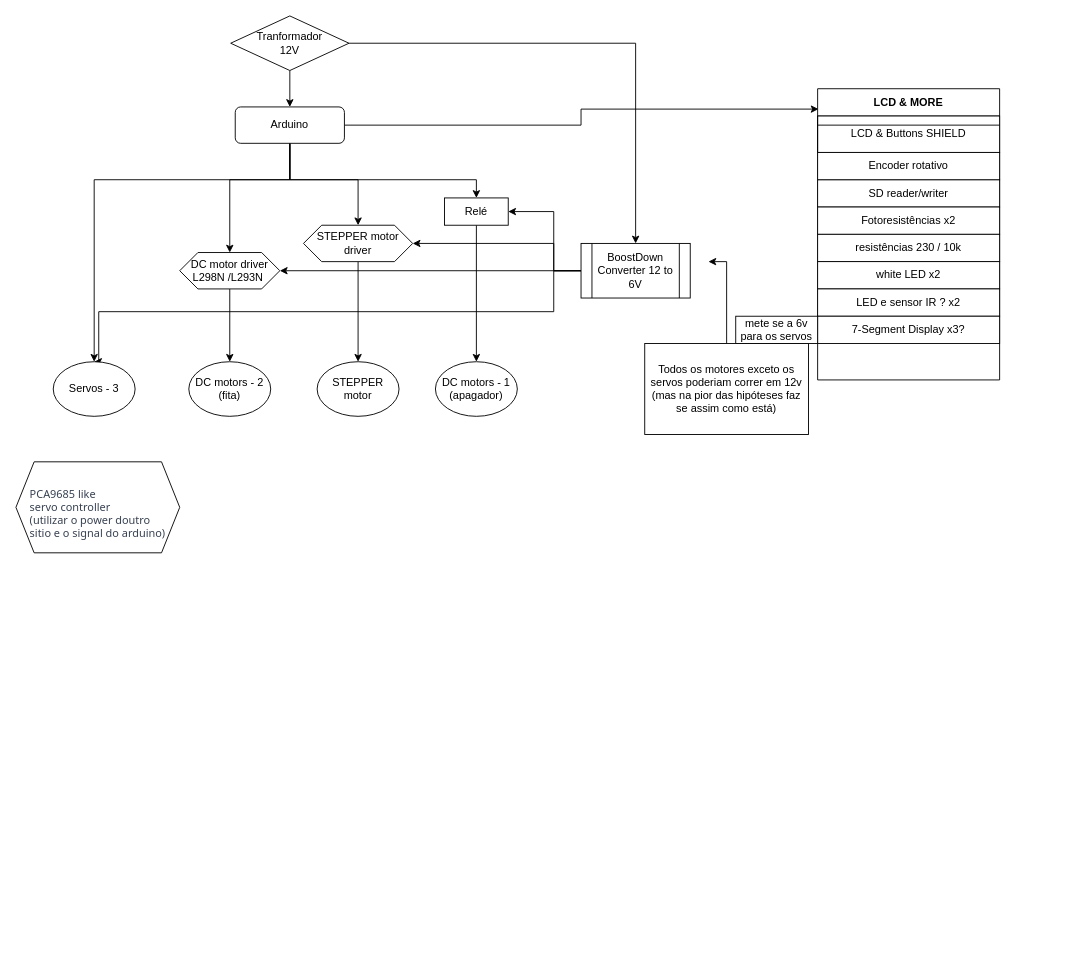
Earlier version of the draw.io diagram Diagrams/Diagrama sem nome.drawio (HackerSchool/turing). Source tidied: cells renumbered, new cells numbered last; positions are measured from the earlier drawing's top-left corner, leaving out a move shared by most shapes. Both pictures are drawn from the tidied source at 91%, with x=0, y=0 at pixel (15, 15).
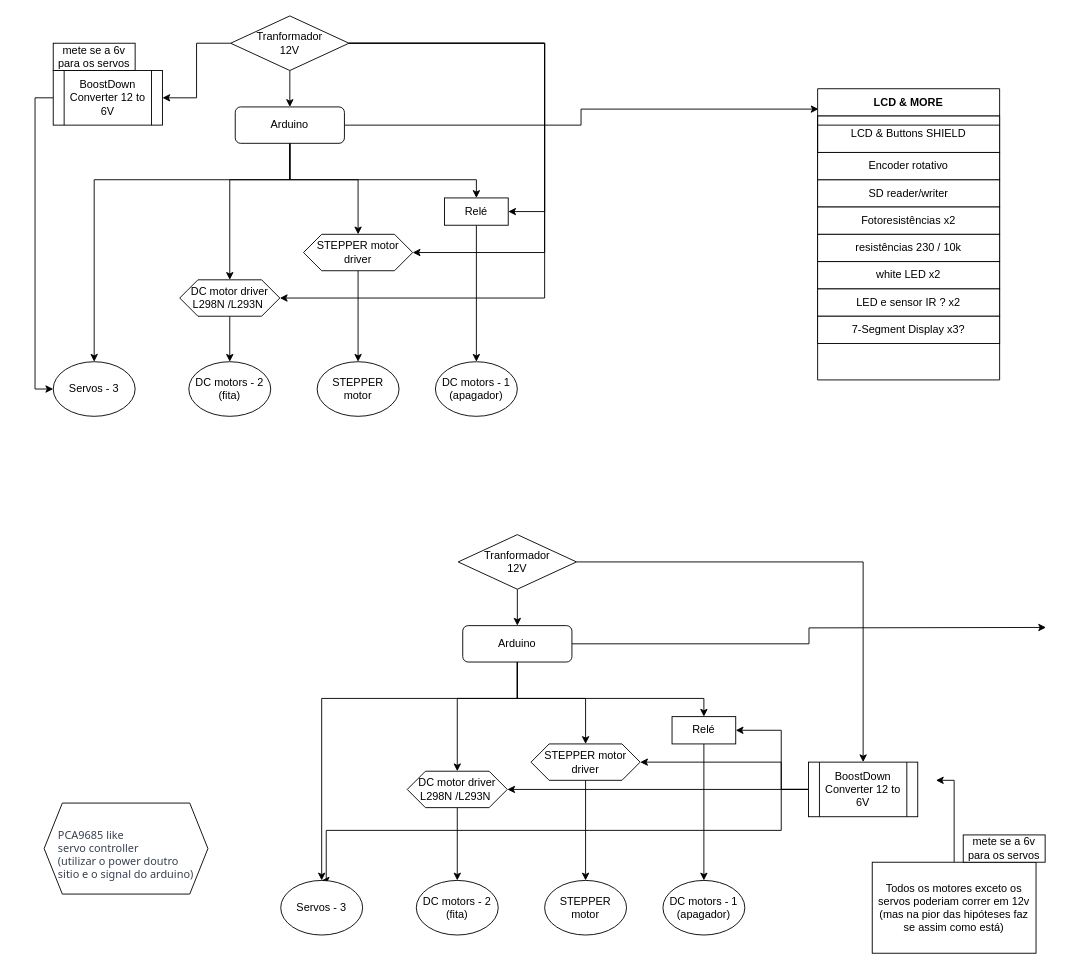
The same page after the edit.

Unchanged cells that the change refers to:
```xml
<mxCell id="10" value="Tranformador&lt;br&gt;12V" style="rhombus;whiteSpace=wrap;html=1;" parent="1" vertex="1">
  <mxGeometry x="236" width="130" height="60" as="geometry" />
</mxCell>
<mxCell id="16" value="Servos - 3" style="ellipse;whiteSpace=wrap;html=1;" parent="1" vertex="1">
  <mxGeometry x="41" y="380" width="90" height="60" as="geometry" />
</mxCell>
<mxCell id="20" value="Relé" style="rounded=0;whiteSpace=wrap;html=1;" parent="1" vertex="1">
  <mxGeometry x="471" y="200" width="70" height="30" as="geometry" />
</mxCell>
```

Diff of the diagram source:
```diff
@@
-    <mxCell id="9" style="edgeStyle=orthogonalEdgeStyle;rounded=0;jettySize=auto;html=1;entryX=0.5;entryY=0;entryDx=0;entryDy=0;" parent="1" edge="1" source="10" target="15">
+    <mxCell id="9" style="edgeStyle=orthogonalEdgeStyle;rounded=0;jettySize=auto;html=1;entryX=1;entryY=0.5;entryDx=0;entryDy=0;" parent="1" edge="1" source="10" target="15">
       <mxGeometry relative="1" as="geometry" />
     </mxCell>
+    <mxCell id="39" style="edgeStyle=orthogonalEdgeStyle;rounded=0;jettySize=auto;html=1;entryX=1;entryY=0.5;entryDx=0;entryDy=0;" parent="1" edge="1" source="10" target="20">
+      <mxGeometry relative="1" as="geometry">
+        <Array as="points">
+          <mxPoint x="581" y="30" />
+          <mxPoint x="581" y="215" />
+        </Array>
+      </mxGeometry>
+    </mxCell>
+    <mxCell id="40" style="edgeStyle=orthogonalEdgeStyle;rounded=0;jettySize=auto;html=1;entryX=1;entryY=0.5;entryDx=0;entryDy=0;" parent="1" edge="1" source="10" target="34">
+      <mxGeometry relative="1" as="geometry">
+        <Array as="points">
+          <mxPoint x="581" y="30" />
+          <mxPoint x="581" y="260" />
+        </Array>
+      </mxGeometry>
+    </mxCell>
+    <mxCell id="41" style="edgeStyle=orthogonalEdgeStyle;rounded=0;jettySize=auto;html=1;entryX=1;entryY=0.5;entryDx=0;entryDy=0;" parent="1" edge="1" source="10" target="22">
+      <mxGeometry relative="1" as="geometry">
+        <Array as="points">
+          <mxPoint x="581" y="30" />
+          <mxPoint x="581" y="310" />
+        </Array>
+      </mxGeometry>
+    </mxCell>
@@
-    <mxCell id="11" style="edgeStyle=orthogonalEdgeStyle;rounded=0;jettySize=auto;html=1;entryX=1;entryY=0.5;entryDx=0;entryDy=0;" parent="1" edge="1" source="15" target="20">
-      <mxGeometry relative="1" as="geometry">
-        <Array as="points">
-          <mxPoint x="591" y="280" />
-          <mxPoint x="591" y="215" />
-        </Array>
-      </mxGeometry>
-    </mxCell>
-    <mxCell id="12" style="edgeStyle=orthogonalEdgeStyle;rounded=0;jettySize=auto;html=1;" parent="1" edge="1" source="15" target="22">
-      <mxGeometry relative="1" as="geometry" />
-    </mxCell>
-    <mxCell id="13" style="edgeStyle=orthogonalEdgeStyle;rounded=0;jettySize=auto;html=1;entryX=0.5;entryY=0;entryDx=0;entryDy=0;" parent="1" edge="1" source="15" target="16">
+    <mxCell id="13" style="edgeStyle=orthogonalEdgeStyle;rounded=0;jettySize=auto;html=1;entryX=0;entryY=0.5;entryDx=0;entryDy=0;" parent="1" edge="1" source="15" target="16">
       <mxGeometry relative="1" as="geometry">
         <Array as="points">
-          <mxPoint x="591" y="280" />
-          <mxPoint x="591" y="325" />
-          <mxPoint x="91" y="325" />
-          <mxPoint x="91" y="380" />
+          <mxPoint x="21" y="90" />
+          <mxPoint x="21" y="410" />
         </Array>
       </mxGeometry>
     </mxCell>
-    <mxCell id="14" style="edgeStyle=orthogonalEdgeStyle;rounded=0;jettySize=auto;html=1;entryX=1;entryY=0.5;entryDx=0;entryDy=0;" parent="1" edge="1" source="15" target="34">
-      <mxGeometry relative="1" as="geometry">
-        <Array as="points">
-          <mxPoint x="591" y="280" />
-          <mxPoint x="591" y="250" />
-        </Array>
-      </mxGeometry>
-    </mxCell>
     <mxCell id="15" value="BoostDown&lt;br&gt;Converter 12 to 6V" style="shape=process;whiteSpace=wrap;html=1;backgroundOutline=1;rotation=0;" parent="1" vertex="1">
-      <mxGeometry x="621" y="250" width="120" height="60" as="geometry" />
+      <mxGeometry x="41" y="60" width="120" height="60" as="geometry" />
     </mxCell>
@@
     <mxCell id="22" value="DC motor driver&lt;br&gt;L298N /L293N&amp;nbsp;" style="shape=hexagon;perimeter=hexagonPerimeter2;whiteSpace=wrap;html=1;fixedSize=1;" parent="1" vertex="1">
-      <mxGeometry x="180" y="260" width="110" height="40" as="geometry" />
+      <mxGeometry x="180" y="290" width="110" height="40" as="geometry" />
     </mxCell>
@@
     <mxCell id="34" value="STEPPER motor&lt;br&gt;driver" style="shape=hexagon;perimeter=hexagonPerimeter2;whiteSpace=wrap;html=1;fixedSize=1;" parent="1" vertex="1">
-      <mxGeometry x="316" y="230" width="120" height="40" as="geometry" />
+      <mxGeometry x="316" y="240" width="120" height="40" as="geometry" />
     </mxCell>
-    <mxCell id="35" style="edgeStyle=orthogonalEdgeStyle;rounded=0;jettySize=auto;html=1;" parent="1" edge="1" source="36">
-      <mxGeometry relative="1" as="geometry">
-        <mxPoint x="761" y="270" as="targetPoint" />
-        <Array as="points">
-          <mxPoint x="781" y="270" />
-        </Array>
-      </mxGeometry>
-    </mxCell>
-    <mxCell id="36" value="Todos os motores exceto os servos poderiam correr em 12v (mas na pior das hipóteses faz se assim como está)" style="rounded=0;whiteSpace=wrap;html=1;" parent="1" vertex="1">
-      <mxGeometry x="691" y="360" width="180" height="100" as="geometry" />
-    </mxCell>
     <mxCell id="37" value="&lt;br&gt;&lt;div style=&quot;text-align: start;&quot;&gt;&lt;font face=&quot;Söhne, ui-sans-serif, system-ui, -apple-system, Segoe UI, Roboto, Ubuntu, Cantarell, Noto Sans, sans-serif, Helvetica Neue, Arial, Apple Color Emoji, Segoe UI Emoji, Segoe UI Symbol, Noto Color Emoji&quot; color=&quot;#374151&quot;&gt;PCA9685 like&amp;nbsp;&lt;/font&gt;&lt;/div&gt;&lt;div style=&quot;text-align: start;&quot;&gt;&lt;font face=&quot;Söhne, ui-sans-serif, system-ui, -apple-system, Segoe UI, Roboto, Ubuntu, Cantarell, Noto Sans, sans-serif, Helvetica Neue, Arial, Apple Color Emoji, Segoe UI Emoji, Segoe UI Symbol, Noto Color Emoji&quot; color=&quot;#374151&quot;&gt;servo&amp;nbsp;&lt;/font&gt;&lt;span style=&quot;color: rgb(55, 65, 81); font-family: Söhne, ui-sans-serif, system-ui, -apple-system, &amp;quot;Segoe UI&amp;quot;, Roboto, Ubuntu, Cantarell, &amp;quot;Noto Sans&amp;quot;, sans-serif, &amp;quot;Helvetica Neue&amp;quot;, Arial, &amp;quot;Apple Color Emoji&amp;quot;, &amp;quot;Segoe UI Emoji&amp;quot;, &amp;quot;Segoe UI Symbol&amp;quot;, &amp;quot;Noto Color Emoji&amp;quot;; background-color: initial;&quot;&gt;controller&lt;/span&gt;&lt;/div&gt;&lt;div style=&quot;text-align: start;&quot;&gt;&lt;font face=&quot;Söhne, ui-sans-serif, system-ui, -apple-system, Segoe UI, Roboto, Ubuntu, Cantarell, Noto Sans, sans-serif, Helvetica Neue, Arial, Apple Color Emoji, Segoe UI Emoji, Segoe UI Symbol, Noto Color Emoji&quot; color=&quot;#374151&quot;&gt;(utilizar&amp;nbsp;o power doutro&amp;nbsp;&lt;/font&gt;&lt;/div&gt;&lt;div style=&quot;text-align: start;&quot;&gt;&lt;font face=&quot;Söhne, ui-sans-serif, system-ui, -apple-system, Segoe UI, Roboto, Ubuntu, Cantarell, Noto Sans, sans-serif, Helvetica Neue, Arial, Apple Color Emoji, Segoe UI Emoji, Segoe UI Symbol, Noto Color Emoji&quot; color=&quot;#374151&quot;&gt;sitio e o signal do arduino)&lt;/font&gt;&lt;/div&gt;" style="shape=hexagon;perimeter=hexagonPerimeter2;whiteSpace=wrap;html=1;fixedSize=1;" parent="1" vertex="1">
-      <mxGeometry y="490" width="180" height="100" as="geometry" />
+      <mxGeometry x="31" y="865" width="180" height="100" as="geometry" />
     </mxCell>
     <mxCell id="38" value="mete se a 6v para os servos" style="rounded=0;whiteSpace=wrap;html=1;" parent="1" vertex="1">
-      <mxGeometry x="791" y="330" width="90" height="30" as="geometry" />
+      <mxGeometry x="41" y="30" width="90" height="30" as="geometry" />
     </mxCell>
+    <mxCell id="42" style="edgeStyle=orthogonalEdgeStyle;rounded=0;jettySize=auto;html=1;entryX=0.5;entryY=0;entryDx=0;entryDy=0;" parent="1" edge="1" source="47" target="60">
+      <mxGeometry relative="1" as="geometry">
+        <Array as="points">
+          <mxPoint x="551" y="750" />
+          <mxPoint x="756" y="750" />
+        </Array>
+      </mxGeometry>
+    </mxCell>
+    <mxCell id="43" style="edgeStyle=orthogonalEdgeStyle;rounded=0;jettySize=auto;html=1;entryX=0.5;entryY=0;entryDx=0;entryDy=0;" parent="1" edge="1" source="47" target="62">
+      <mxGeometry relative="1" as="geometry">
+        <Array as="points">
+          <mxPoint x="551" y="750" />
+          <mxPoint x="485" y="750" />
+        </Array>
+      </mxGeometry>
+    </mxCell>
+    <mxCell id="44" style="edgeStyle=orthogonalEdgeStyle;rounded=0;jettySize=auto;html=1;entryX=0.5;entryY=0;entryDx=0;entryDy=0;" parent="1" edge="1" source="47" target="56">
+      <mxGeometry relative="1" as="geometry">
+        <Array as="points">
+          <mxPoint x="551" y="750" />
+          <mxPoint x="336" y="750" />
+        </Array>
+      </mxGeometry>
+    </mxCell>
+    <mxCell id="45" style="edgeStyle=orthogonalEdgeStyle;rounded=0;jettySize=auto;html=1;entryX=0.005;entryY=0.07;entryDx=0;entryDy=0;entryPerimeter=0;" parent="1" edge="1" source="47">
+      <mxGeometry relative="1" as="geometry">
+        <mxPoint x="1132" y="672" as="targetPoint" />
+      </mxGeometry>
+    </mxCell>
+    <mxCell id="46" style="edgeStyle=orthogonalEdgeStyle;rounded=0;jettySize=auto;html=1;entryX=0.5;entryY=0;entryDx=0;entryDy=0;" parent="1" edge="1" source="47" target="65">
+      <mxGeometry relative="1" as="geometry">
+        <Array as="points">
+          <mxPoint x="551" y="750" />
+          <mxPoint x="626" y="750" />
+        </Array>
+      </mxGeometry>
+    </mxCell>
+    <mxCell id="47" value="Arduino&lt;br&gt;" style="rounded=1;whiteSpace=wrap;html=1;fontSize=12;glass=0;strokeWidth=1;shadow=0;" parent="1" vertex="1">
+      <mxGeometry x="491" y="670" width="120" height="40" as="geometry" />
+    </mxCell>
+    <mxCell id="48" style="edgeStyle=orthogonalEdgeStyle;rounded=0;jettySize=auto;html=1;entryX=0.5;entryY=0;entryDx=0;entryDy=0;" parent="1" edge="1" source="50" target="47">
+      <mxGeometry relative="1" as="geometry" />
+    </mxCell>
+    <mxCell id="49" style="edgeStyle=orthogonalEdgeStyle;rounded=0;jettySize=auto;html=1;entryX=0.5;entryY=0;entryDx=0;entryDy=0;" parent="1" edge="1" source="50" target="55">
+      <mxGeometry relative="1" as="geometry" />
+    </mxCell>
+    <mxCell id="50" value="Tranformador&lt;br&gt;12V" style="rhombus;whiteSpace=wrap;html=1;" parent="1" vertex="1">
+      <mxGeometry x="486" y="570" width="130" height="60" as="geometry" />
+    </mxCell>
+    <mxCell id="51" style="edgeStyle=orthogonalEdgeStyle;rounded=0;jettySize=auto;html=1;entryX=1;entryY=0.5;entryDx=0;entryDy=0;" parent="1" edge="1" source="55" target="60">
+      <mxGeometry relative="1" as="geometry">
+        <Array as="points">
+          <mxPoint x="841" y="850" />
+          <mxPoint x="841" y="785" />
+        </Array>
+      </mxGeometry>
+    </mxCell>
+    <mxCell id="52" style="edgeStyle=orthogonalEdgeStyle;rounded=0;jettySize=auto;html=1;" parent="1" edge="1" source="55" target="62">
+      <mxGeometry relative="1" as="geometry" />
+    </mxCell>
+    <mxCell id="53" style="edgeStyle=orthogonalEdgeStyle;rounded=0;jettySize=auto;html=1;entryX=0.5;entryY=0;entryDx=0;entryDy=0;" parent="1" edge="1" source="55" target="56">
+      <mxGeometry relative="1" as="geometry">
+        <Array as="points">
+          <mxPoint x="841" y="850" />
+          <mxPoint x="841" y="895" />
+          <mxPoint x="341" y="895" />
+          <mxPoint x="341" y="950" />
+        </Array>
+      </mxGeometry>
+    </mxCell>
+    <mxCell id="54" style="edgeStyle=orthogonalEdgeStyle;rounded=0;jettySize=auto;html=1;entryX=1;entryY=0.5;entryDx=0;entryDy=0;" parent="1" edge="1" source="55" target="65">
+      <mxGeometry relative="1" as="geometry">
+        <Array as="points">
+          <mxPoint x="841" y="850" />
+          <mxPoint x="841" y="820" />
+        </Array>
+      </mxGeometry>
+    </mxCell>
+    <mxCell id="55" value="BoostDown&lt;br&gt;Converter 12 to 6V" style="shape=process;whiteSpace=wrap;html=1;backgroundOutline=1;rotation=0;" parent="1" vertex="1">
+      <mxGeometry x="871" y="820" width="120" height="60" as="geometry" />
+    </mxCell>
+    <mxCell id="56" value="Servos - 3" style="ellipse;whiteSpace=wrap;html=1;" parent="1" vertex="1">
+      <mxGeometry x="291" y="950" width="90" height="60" as="geometry" />
+    </mxCell>
+    <mxCell id="57" value="DC motors - 2&lt;br&gt;(fita)" style="ellipse;whiteSpace=wrap;html=1;" parent="1" vertex="1">
+      <mxGeometry x="440" y="950" width="90" height="60" as="geometry" />
+    </mxCell>
+    <mxCell id="58" value="DC motors - 1&lt;br&gt;(apagador)" style="ellipse;whiteSpace=wrap;html=1;" parent="1" vertex="1">
+      <mxGeometry x="711" y="950" width="90" height="60" as="geometry" />
+    </mxCell>
+    <mxCell id="59" style="edgeStyle=orthogonalEdgeStyle;rounded=0;jettySize=auto;html=1;entryX=0.5;entryY=0;entryDx=0;entryDy=0;" parent="1" edge="1" source="60" target="58">
+      <mxGeometry relative="1" as="geometry" />
+    </mxCell>
+    <mxCell id="60" value="Relé" style="rounded=0;whiteSpace=wrap;html=1;" parent="1" vertex="1">
+      <mxGeometry x="721" y="770" width="70" height="30" as="geometry" />
+    </mxCell>
+    <mxCell id="61" style="edgeStyle=orthogonalEdgeStyle;rounded=0;jettySize=auto;html=1;entryX=0.5;entryY=0;entryDx=0;entryDy=0;" parent="1" edge="1" source="62" target="57">
+      <mxGeometry relative="1" as="geometry" />
+    </mxCell>
+    <mxCell id="62" value="DC motor driver&lt;br&gt;L298N /L293N&amp;nbsp;" style="shape=hexagon;perimeter=hexagonPerimeter2;whiteSpace=wrap;html=1;fixedSize=1;" parent="1" vertex="1">
+      <mxGeometry x="430" y="830" width="110" height="40" as="geometry" />
+    </mxCell>
+    <mxCell id="63" value="STEPPER motor" style="ellipse;whiteSpace=wrap;html=1;" parent="1" vertex="1">
+      <mxGeometry x="581" y="950" width="90" height="60" as="geometry" />
+    </mxCell>
+    <mxCell id="64" style="edgeStyle=orthogonalEdgeStyle;rounded=0;jettySize=auto;html=1;entryX=0.5;entryY=0;entryDx=0;entryDy=0;" parent="1" edge="1" source="65" target="63">
+      <mxGeometry relative="1" as="geometry" />
+    </mxCell>
+    <mxCell id="65" value="STEPPER motor&lt;br&gt;driver" style="shape=hexagon;perimeter=hexagonPerimeter2;whiteSpace=wrap;html=1;fixedSize=1;" parent="1" vertex="1">
+      <mxGeometry x="566" y="800" width="120" height="40" as="geometry" />
+    </mxCell>
+    <mxCell id="66" style="edgeStyle=orthogonalEdgeStyle;rounded=0;jettySize=auto;html=1;" parent="1" edge="1" source="36">
+      <mxGeometry relative="1" as="geometry">
+        <mxPoint x="1011" y="840" as="targetPoint" />
+        <Array as="points">
+          <mxPoint x="1031" y="840" />
+        </Array>
+      </mxGeometry>
+    </mxCell>
+    <mxCell id="36" value="Todos os motores exceto os servos poderiam correr em 12v (mas na pior das hipóteses faz se assim como está)" style="rounded=0;whiteSpace=wrap;html=1;" parent="1" vertex="1">
+      <mxGeometry x="941" y="930" width="180" height="100" as="geometry" />
+    </mxCell>
+    <mxCell id="67" value="mete se a 6v para os servos" style="rounded=0;whiteSpace=wrap;html=1;" parent="1" vertex="1">
+      <mxGeometry x="1041" y="900" width="90" height="30" as="geometry" />
+    </mxCell>
```
